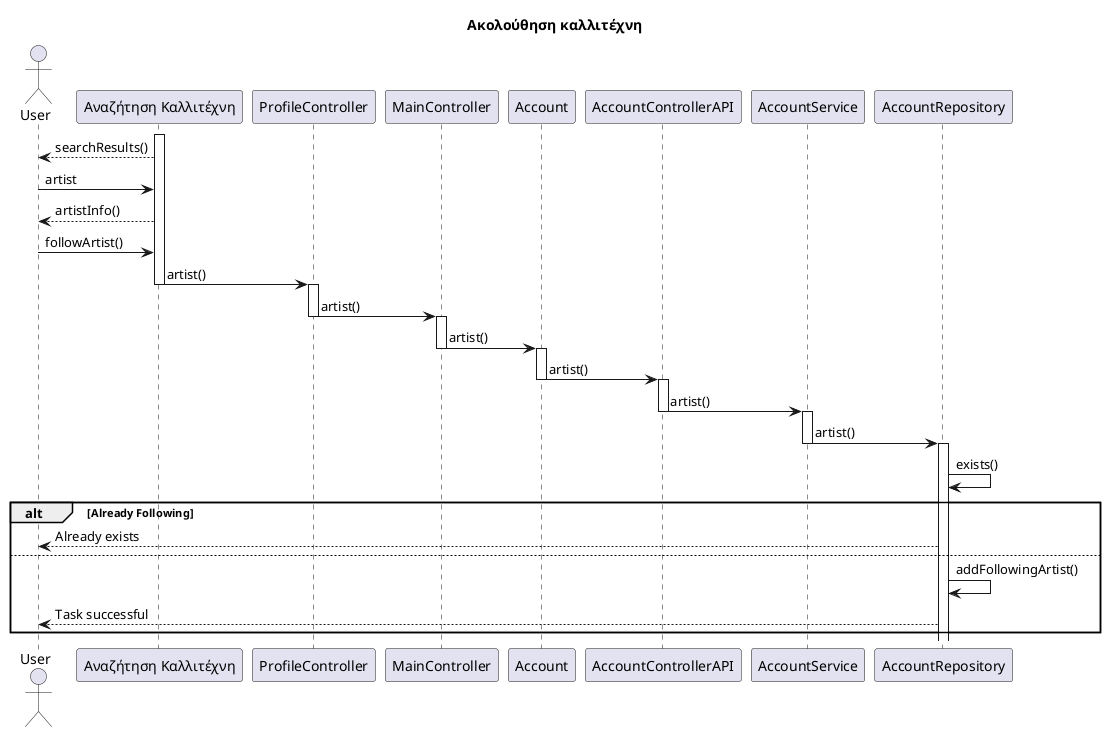
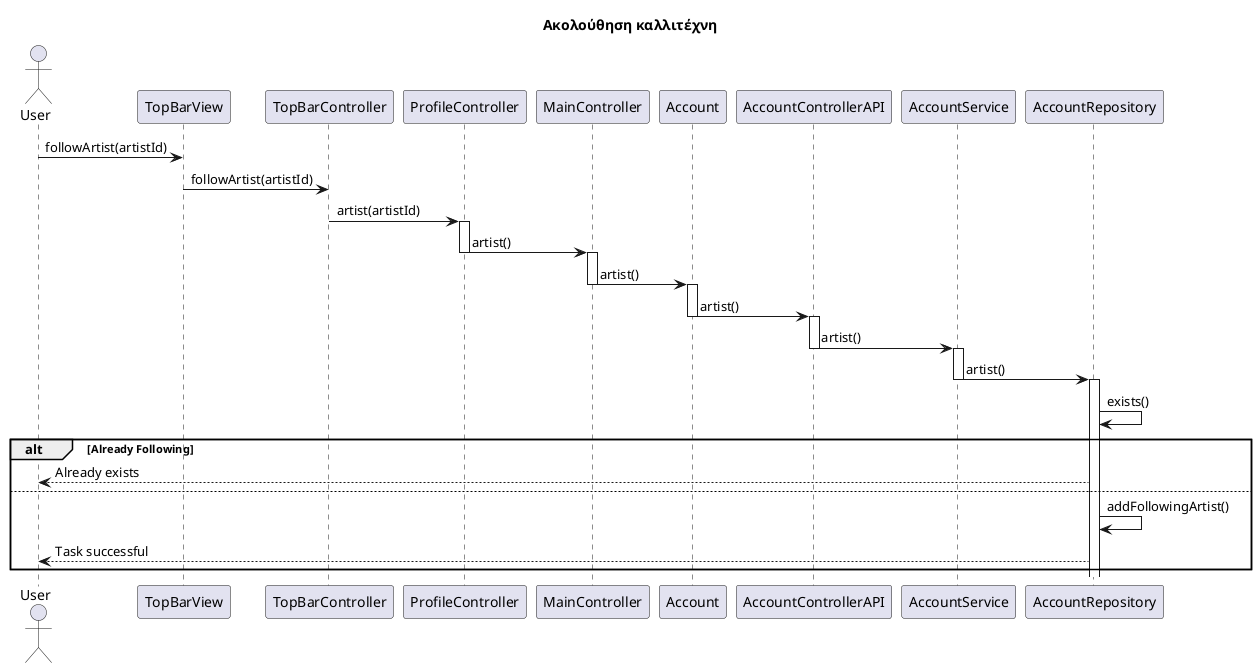
@startuml name

title Ακολούθηση καλλιτέχνη

+ 'Υποθετουμε οτι εχουμε είδη βρει τον καλλιτέχνη που θέλουμε να ακολουθήσουμε
+ 
actor User
- participant "Αναζήτηση Καλλιτέχνη" as Search
+ participant TopBarView
+ participant TopBarController
participant ProfileController
participant MainController
participant Account
participant AccountControllerAPI
participant AccountService
participant AccountRepository

- activate Search
- Search --> User : searchResults()
- User -> Search : artist
- Search --> User : artistInfo()
- User -> Search : followArtist()
- Search -> ProfileController : artist()
- deactivate Search
+ User -> TopBarView : followArtist(artistId)
+ TopBarView -> TopBarController : followArtist(artistId)
+ TopBarController -> ProfileController : artist(artistId)
activate ProfileController
ProfileController -> MainController : artist()
deactivate ProfileController
activate MainController
MainController -> Account : artist()
deactivate MainController
activate Account
Account -> AccountControllerAPI : artist()
deactivate Account
activate AccountControllerAPI
AccountControllerAPI -> AccountService : artist()
deactivate AccountControllerAPI
activate AccountService
AccountService -> AccountRepository : artist()
deactivate AccountService
activate AccountRepository
AccountRepository -> AccountRepository : exists()
alt Already Following
    AccountRepository --> User : Already exists
else
    AccountRepository -> AccountRepository : addFollowingArtist()
    AccountRepository --> User : Task successful
end
@enduml
